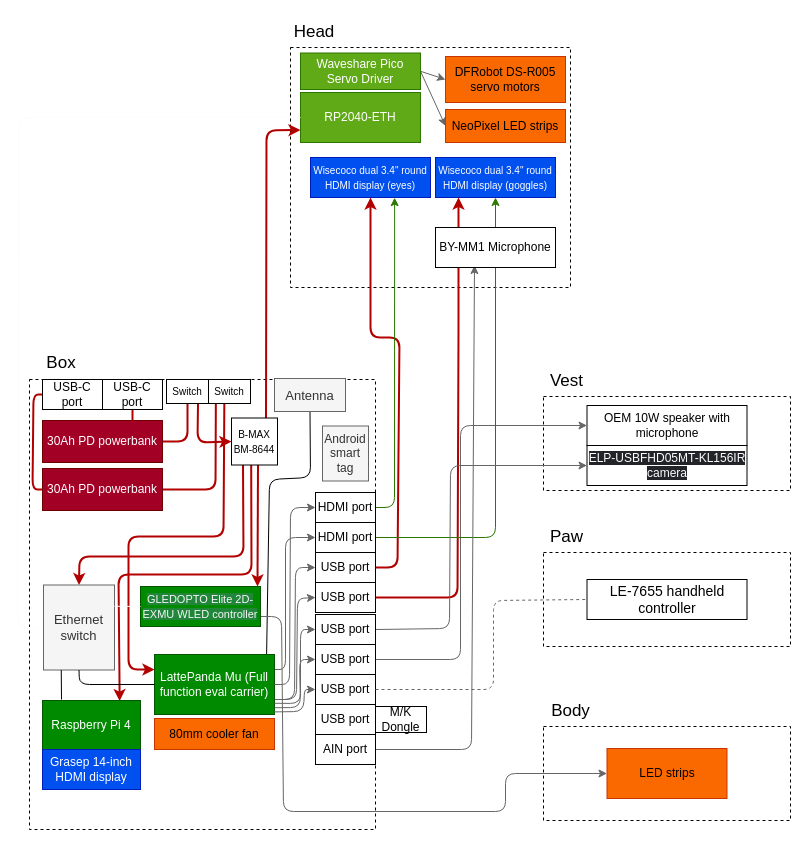
The draw.io diagram Planning/Hardware.drawio in MekhyW/DYNAMO2-Electronic-Fursuit-3.0, before the edit. Source tidied: cells renumbered, new cells numbered last; positions are measured from the earlier drawing's top-left corner, leaving out a move shared by most shapes. Both pictures are drawn from the tidied source at 100%, with x=0, y=0 at pixel (17, 17).
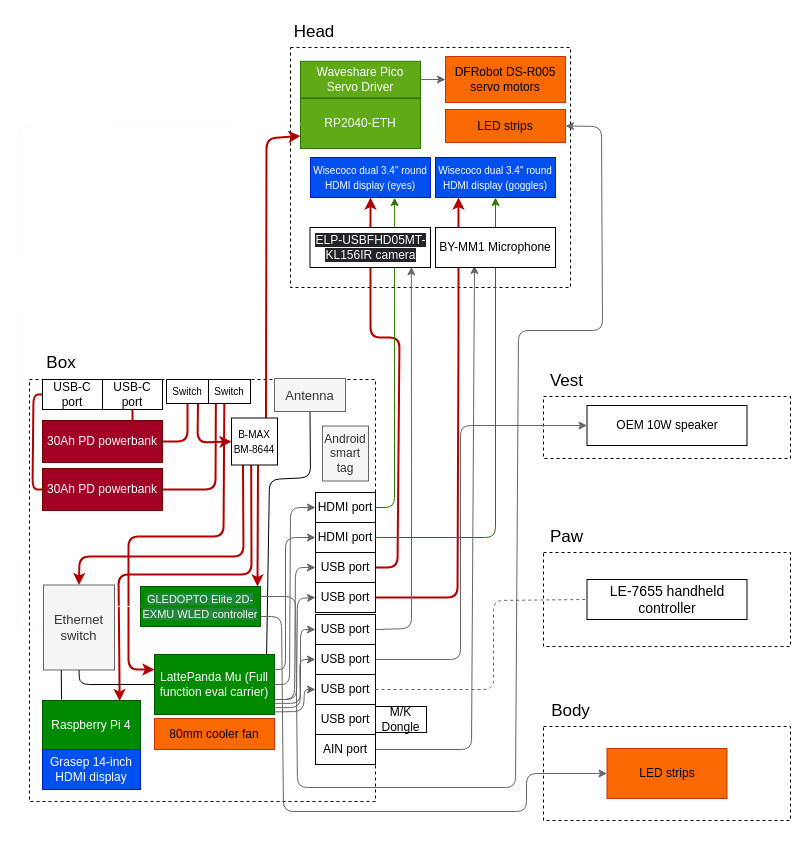
The same page after the edit.

The change refers to these unchanged cells:
```xml
<mxCell id="20" value="&lt;span style=&quot;box-sizing: inherit; user-select: text; cursor: text; background: none 0% 0% / auto repeat scroll padding-box border-box rgb(34, 134, 58); color: rgb(246, 248, 250); font-size: 11px; text-align: start;&quot; class=&quot;cm-diff-add-inner&quot;&gt;GLEDOPTO Elite 2D-EXMU WLED controller&lt;/span&gt;" style="rounded=0;whiteSpace=wrap;html=1;fillColor=#008a00;fontColor=#ffffff;strokeColor=#005700;" parent="1" vertex="1">
  <mxGeometry x="123" y="569" width="120" height="40" as="geometry" />
</mxCell>
<mxCell id="29" value="USB port" style="rounded=0;whiteSpace=wrap;html=1;" parent="1" vertex="1">
  <mxGeometry x="298" y="597" width="60" height="30" as="geometry" />
</mxCell>
<mxCell id="51" value="Ethernet switch" style="whiteSpace=wrap;html=1;labelBackgroundColor=none;fontSize=13;fillColor=#f5f5f5;fontColor=#333333;strokeColor=#666666;" parent="1" vertex="1">
  <mxGeometry x="26" y="567.5" width="71" height="85" as="geometry" />
</mxCell>
<mxCell id="64" value="&lt;span style=&quot;color: rgb(0, 0, 0);&quot;&gt;LED strips&lt;/span&gt;" style="rounded=0;whiteSpace=wrap;html=1;fillColor=#fa6800;fontColor=#000000;strokeColor=#C73500;" parent="1" vertex="1">
  <mxGeometry x="589.5" y="731" width="120" height="50" as="geometry" />
</mxCell>
<mxCell id="69" value="&lt;font style=&quot;font-size: 10px;&quot;&gt;B-MAX BM-8644&lt;/font&gt;" style="rounded=0;whiteSpace=wrap;html=1;" parent="1" vertex="1">
  <mxGeometry x="214" y="400.5" width="46" height="47" as="geometry" />
</mxCell>
```

The edit, as a diff of the source:
```diff
@@
     <mxCell id="3" style="rounded=0;whiteSpace=wrap;html=1;dashed=1;" parent="1" vertex="1">
-      <mxGeometry x="526" y="379" width="247" height="94" as="geometry" />
+      <mxGeometry x="526" y="379" width="247" height="62" as="geometry" />
     </mxCell>
@@
-    <mxCell id="5" style="edgeStyle=none;html=1;exitX=1;exitY=0.5;exitDx=0;exitDy=0;entryX=0;entryY=0.5;entryDx=0;entryDy=0;fillColor=#f5f5f5;strokeColor=#666666;" parent="1" edge="1" source="60" target="7">
-      <mxGeometry relative="1" as="geometry" />
-    </mxCell>
     <mxCell id="6" value="RP2040-ETH" style="rounded=0;whiteSpace=wrap;html=1;fillColor=#60a917;fontColor=#ffffff;strokeColor=#2D7600;" parent="1" vertex="1">
-      <mxGeometry x="283" y="75" width="120" height="50" as="geometry" />
+      <mxGeometry x="283" y="81" width="120" height="50" as="geometry" />
     </mxCell>
-    <mxCell id="7" value="&lt;span style=&quot;color: rgb(0, 0, 0);&quot;&gt;NeoPixel LED strips&lt;/span&gt;" style="rounded=0;whiteSpace=wrap;html=1;fillColor=#fa6800;fontColor=#000000;strokeColor=#C73500;" parent="1" vertex="1">
+    <mxCell id="7" value="&lt;span style=&quot;color: rgb(0, 0, 0);&quot;&gt;LED strips&lt;/span&gt;" style="rounded=0;whiteSpace=wrap;html=1;fillColor=#fa6800;fontColor=#000000;strokeColor=#C73500;" parent="1" vertex="1">
       <mxGeometry x="428" y="92" width="120" height="33" as="geometry" />
     </mxCell>
@@
     <mxCell id="9" style="rounded=0;whiteSpace=wrap;html=1;dashed=1;" parent="1" vertex="1">
-      <mxGeometry x="12" y="362" width="346" height="450" as="geometry" />
+      <mxGeometry x="12" y="362" width="346" height="422" as="geometry" />
     </mxCell>
@@
     <mxCell id="19" style="edgeStyle=none;html=1;exitX=1;exitY=0.75;exitDx=0;exitDy=0;fillColor=#f5f5f5;strokeColor=#666666;entryX=0;entryY=0.5;entryDx=0;entryDy=0;" parent="1" edge="1" source="20" target="64">
       <mxGeometry relative="1" as="geometry">
         <Array as="points">
           <mxPoint x="264" y="599" />
           <mxPoint x="266" y="794" />
-          <mxPoint x="488" y="794" />
-          <mxPoint x="488" y="756" />
+          <mxPoint x="509" y="794" />
+          <mxPoint x="509" y="756" />
         </Array>
       </mxGeometry>
     </mxCell>
+    <mxCell id="81" style="edgeStyle=none;html=1;exitX=1;exitY=0.25;exitDx=0;exitDy=0;entryX=1;entryY=0.5;entryDx=0;entryDy=0;strokeColor=#666666;" parent="1" edge="1" source="20" target="7">
+      <mxGeometry relative="1" as="geometry">
+        <Array as="points">
+          <mxPoint x="278" y="579" />
+          <mxPoint x="280" y="770" />
+          <mxPoint x="498" y="770" />
+          <mxPoint x="501" y="313" />
+          <mxPoint x="585" y="313" />
+          <mxPoint x="584" y="109" />
+        </Array>
+      </mxGeometry>
+    </mxCell>
@@
-    <mxCell id="28" style="edgeStyle=none;html=1;exitX=1;exitY=0.5;exitDx=0;exitDy=0;entryX=0;entryY=0.5;entryDx=0;entryDy=0;endArrow=classic;endFill=1;fillColor=#f5f5f5;strokeColor=#666666;" parent="1" edge="1" source="29" target="61">
+    <mxCell id="28" style="edgeStyle=none;html=1;exitX=1;exitY=0.5;exitDx=0;exitDy=0;entryX=0.841;entryY=0.984;entryDx=0;entryDy=0;endArrow=classic;endFill=1;fillColor=#f5f5f5;strokeColor=#666666;entryPerimeter=0;" parent="1" edge="1" source="29" target="61">
       <mxGeometry relative="1" as="geometry">
         <Array as="points">
-          <mxPoint x="432" y="611" />
-          <mxPoint x="433" y="448" />
+          <mxPoint x="394" y="611" />
+          <mxPoint x="394" y="443" />
         </Array>
       </mxGeometry>
     </mxCell>
@@
-    <mxCell id="34" value="&lt;font style=&quot;&quot;&gt;OEM 10W speaker with microphone&lt;/font&gt;" style="rounded=0;whiteSpace=wrap;html=1;" parent="1" vertex="1">
+    <mxCell id="34" value="&lt;font style=&quot;&quot;&gt;OEM 10W speaker&lt;/font&gt;" style="rounded=0;whiteSpace=wrap;html=1;" parent="1" vertex="1">
       <mxGeometry x="569.5" y="388" width="160" height="40" as="geometry" />
     </mxCell>
@@
     <mxCell id="45" style="edgeStyle=none;html=1;exitX=0.75;exitY=0;exitDx=0;exitDy=0;entryX=0;entryY=0.75;entryDx=0;entryDy=0;endArrow=classic;endFill=1;strokeColor=#B20000;strokeWidth=2;" parent="1" edge="1" source="69" target="6">
       <mxGeometry relative="1" as="geometry">
         <Array as="points">
-          <mxPoint x="249" y="113" />
+          <mxPoint x="249" y="121" />
         </Array>
       </mxGeometry>
     </mxCell>
@@
     <mxCell id="50" style="edgeStyle=none;html=1;exitX=0;exitY=0.5;exitDx=0;exitDy=0;entryX=0;entryY=0.5;entryDx=0;entryDy=0;strokeColor=#FCFCFC;fontSize=13;endArrow=none;endFill=0;" parent="1" edge="1" source="51" target="6">
       <mxGeometry relative="1" as="geometry">
         <Array as="points">
           <mxPoint y="610" />
-          <mxPoint x="2" y="100" />
+          <mxPoint x="2" y="109" />
         </Array>
       </mxGeometry>
     </mxCell>
@@
     <mxCell id="60" value="Waveshare Pico Servo Driver" style="rounded=0;whiteSpace=wrap;html=1;fillColor=#60a917;fontColor=#ffffff;strokeColor=#2D7600;" parent="1" vertex="1">
-      <mxGeometry x="283" y="35.5" width="120" height="36.5" as="geometry" />
+      <mxGeometry x="283" y="43.8" width="120" height="36.5" as="geometry" />
     </mxCell>
     <mxCell id="61" value="&lt;span style=&quot;text-align: start; background-color: rgb(34, 36, 42);&quot;&gt;&lt;font style=&quot;font-size: 12px;&quot; color=&quot;#fcfcfc&quot;&gt;ELP-USBFHD05MT-KL156IR camera&lt;/font&gt;&lt;/span&gt;" style="rounded=0;whiteSpace=wrap;html=1;" parent="1" vertex="1">
-      <mxGeometry x="569.5" y="428" width="160" height="40" as="geometry" />
+      <mxGeometry x="292.5" y="210" width="120.5" height="40" as="geometry" />
     </mxCell>
```
